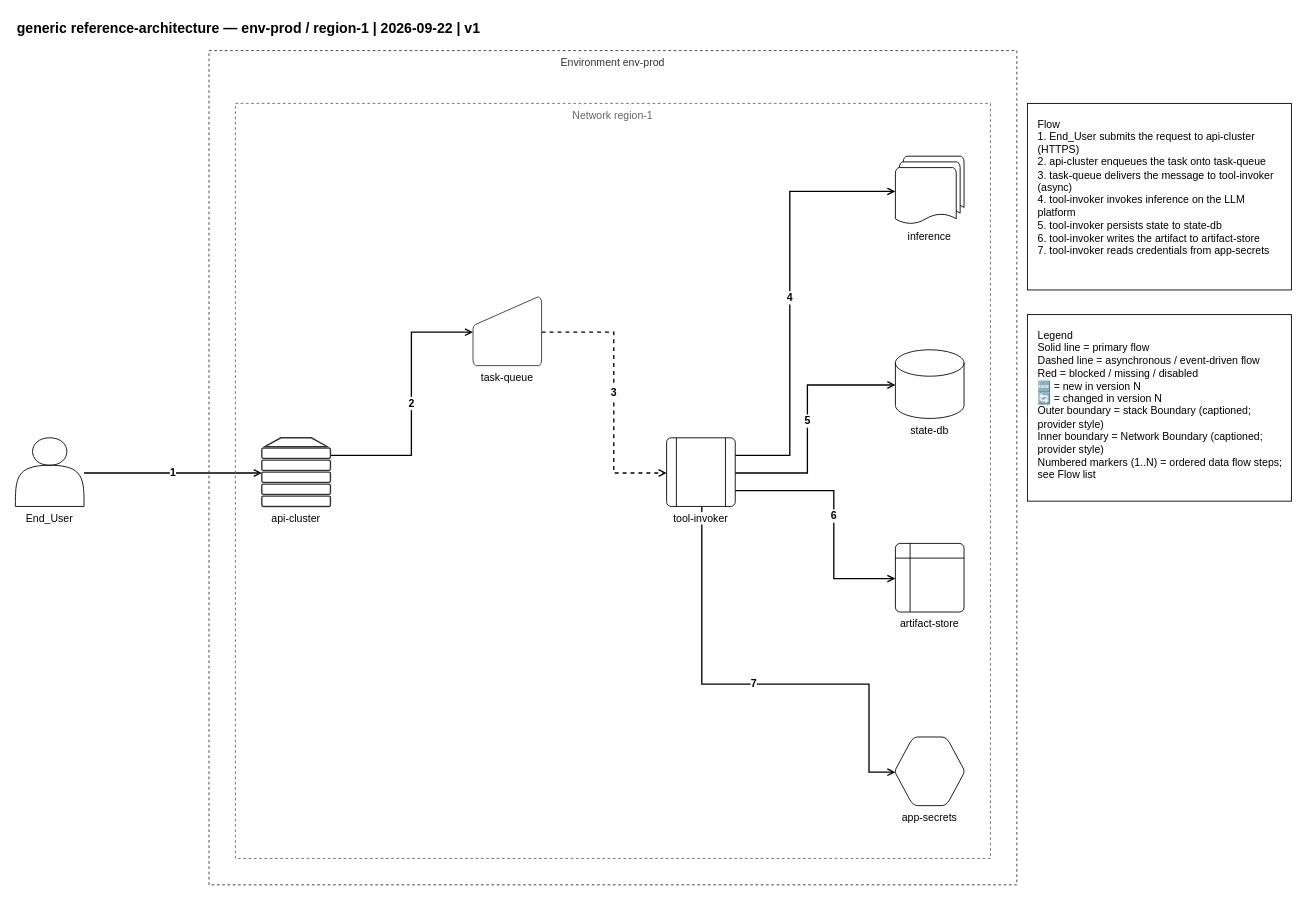
Earlier version of the draw.io diagram examples/generic/01-generic-reference-architecture.drawio (totoshko88/Cloud_Architecture). Source tidied: cells renumbered, new cells numbered last; positions are measured from the earlier drawing's top-left corner, leaving out a move shared by most shapes. Both pictures are drawn from the tidied source at 88%, with x=0, y=0 at pixel (15, 15).
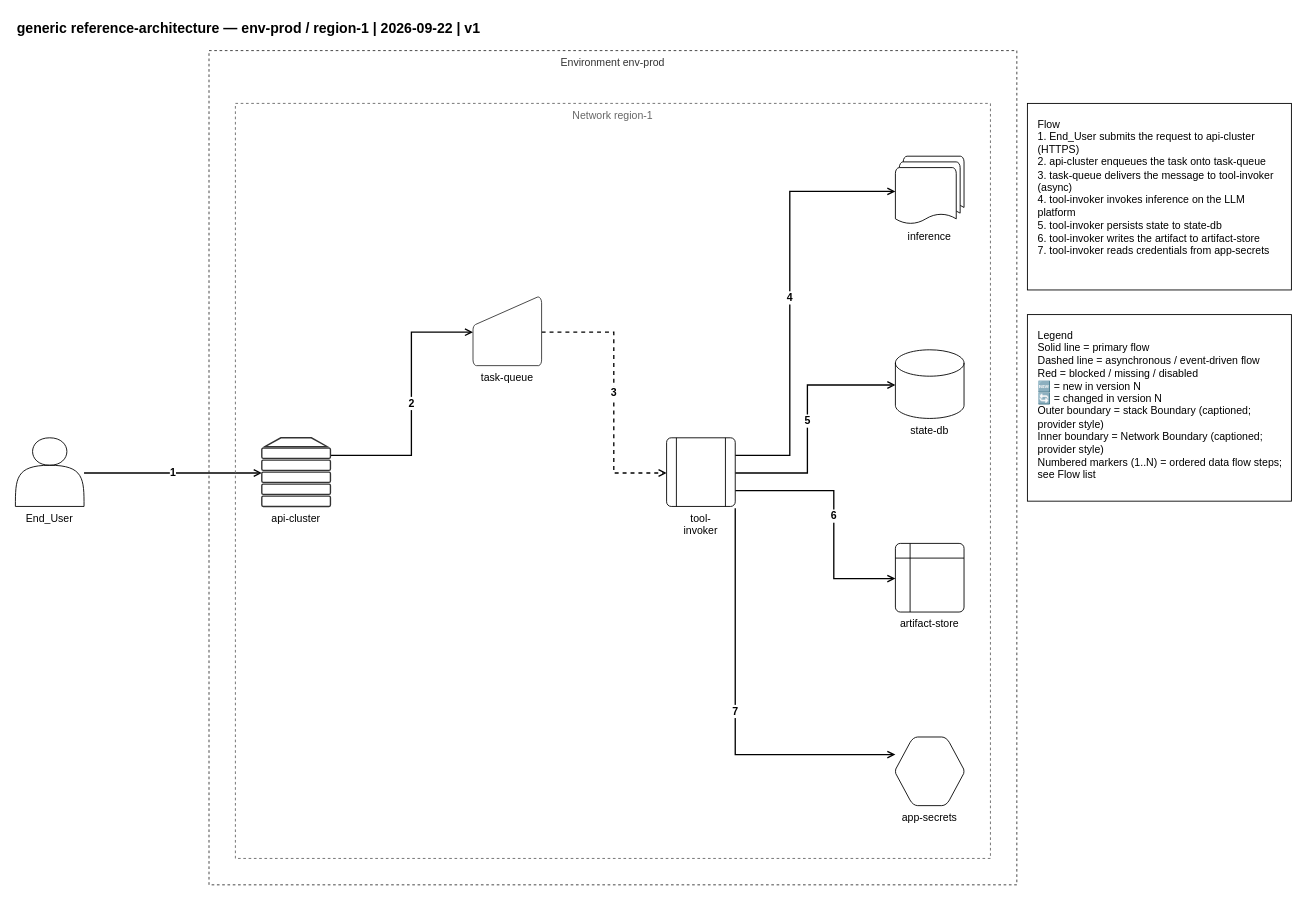
After the change.

Unchanged cells that the change refers to:
```xml
<mxCell id="11" value="Network region-1" style="rounded=0;whiteSpace=wrap;html=1;fillColor=none;strokeColor=#666666;dashed=1;verticalAlign=top;fontColor=#666666;fontSize=12;" parent="1" vertex="1">
  <mxGeometry x="250" y="100" width="858" height="858" as="geometry" />
</mxCell>
<mxCell id="19" value="app-secrets" style="shape=mxgraph.flowchart.preparation;whiteSpace=wrap;html=1;fillColor=#FFFFFF;strokeColor=#000000;verticalLabelPosition=bottom;verticalAlign=top;align=center;fontSize=12;fontStyle=0;labelBackgroundColor=#FFFFFF;" parent="11" vertex="1">
  <mxGeometry x="750" y="720" width="78" height="78" as="geometry" />
</mxCell>
```

The edit, as a diff of the source:
```diff
@@
-    <mxCell id="9" value="7" style="edgeStyle=orthogonalEdgeStyle;rounded=0;html=1;endArrow=open;endFill=0;strokeWidth=1.5;exitX=0.5128205128205128;exitY=1.0;exitDx=0;exitDy=0;exitPerimeter=0;entryX=0.0;entryY=0.5128205128205128;entryDx=0;entryDy=0;fontSize=12;fontStyle=1;" parent="1" edge="1" source="15" target="19">
+    <mxCell id="9" value="7" style="edgeStyle=orthogonalEdgeStyle;rounded=0;html=1;endArrow=open;endFill=0;strokeWidth=1.5;exitX=1.0;exitY=1.0256410256410255;exitDx=0;exitDy=0;exitPerimeter=0;entryX=0.0;entryY=0.2564102564102564;entryDx=0;entryDy=0;fontSize=12;fontStyle=1;" parent="1" edge="1" source="15" target="19">
       <mxGeometry relative="1" as="geometry">
         <Array as="points">
-          <mxPoint x="780" y="760" />
-          <mxPoint x="970" y="760" />
-          <mxPoint x="970" y="860" />
+          <mxPoint x="818" y="840" />
         </Array>
       </mxGeometry>
     </mxCell>
@@
-    <mxCell id="15" value="tool-invoker" style="shape=mxgraph.flowchart.predefined_process;whiteSpace=wrap;html=1;fillColor=#FFFFFF;strokeColor=#000000;verticalLabelPosition=bottom;verticalAlign=top;align=center;fontSize=12;fontStyle=0;labelBackgroundColor=#FFFFFF;labelBackgroundColor=#FFFFFF;" parent="11" vertex="1">
+    <mxCell id="15" value="tool-&#10;invoker" style="shape=mxgraph.flowchart.predefined_process;whiteSpace=wrap;html=1;fillColor=#FFFFFF;strokeColor=#000000;verticalLabelPosition=bottom;verticalAlign=top;align=center;fontSize=12;fontStyle=0;labelBackgroundColor=#FFFFFF;" parent="11" vertex="1">
       <mxGeometry x="490" y="380" width="78" height="78" as="geometry" />
     </mxCell>
```
